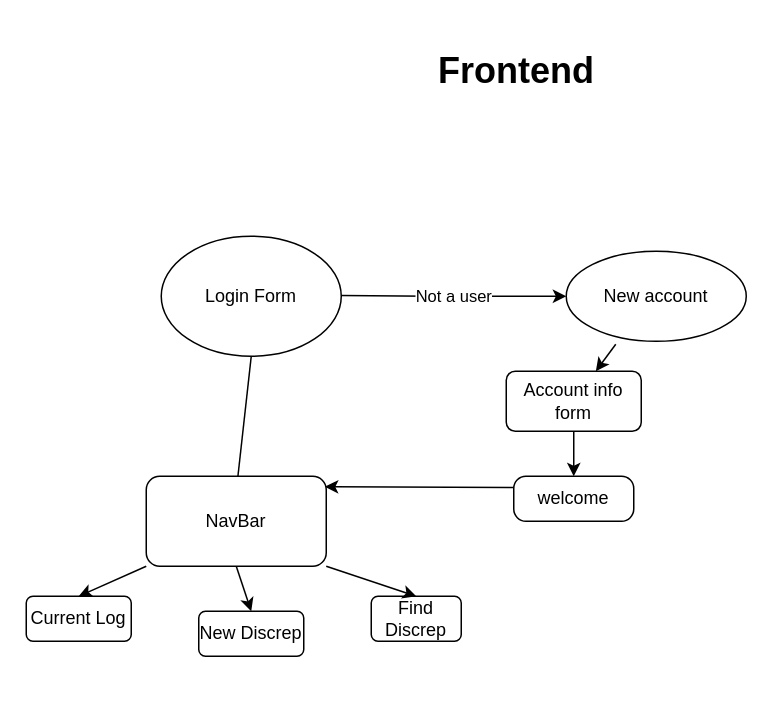
Above: Untitled Diagram.drawio in auggierb/auggie-repo (draw.io), before the change. Source tidied: cells renumbered, new cells numbered last; positions are measured from the earlier drawing's top-left corner, leaving out a move shared by most shapes. Both pictures are drawn from the tidied source at 150%, with x=0, y=0 at pixel (26, 40).
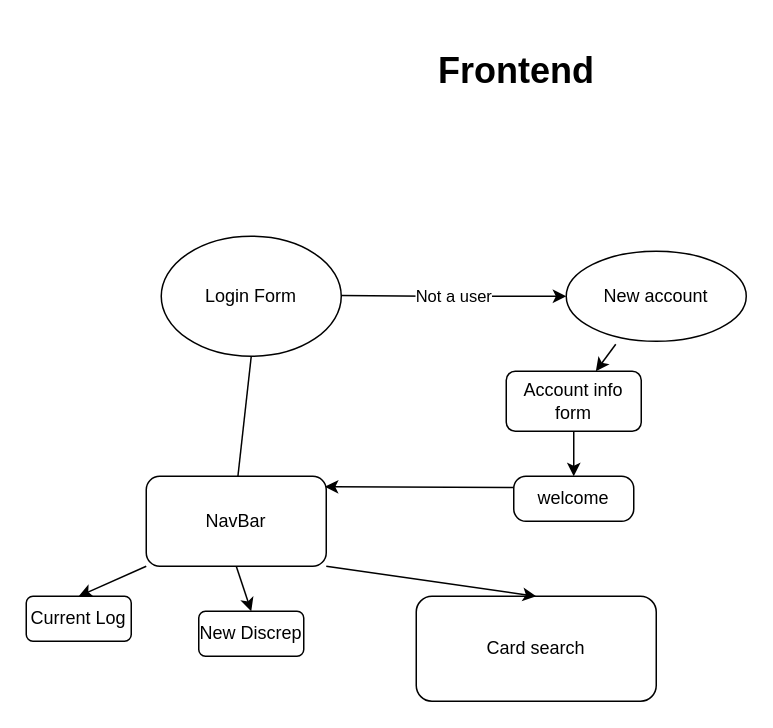
Above is the later version.

Diff of the diagram source:
```diff
@@
-    <mxCell id="15" value="Find Discrep" style="rounded=1;whiteSpace=wrap;html=1;" parent="1" vertex="1">
-      <mxGeometry x="230" y="370" width="60" height="30" as="geometry" />
+    <mxCell id="15" value="Card search" style="rounded=1;whiteSpace=wrap;html=1;" parent="1" vertex="1">
+      <mxGeometry x="260" y="370" width="160" height="70" as="geometry" />
     </mxCell>
```
